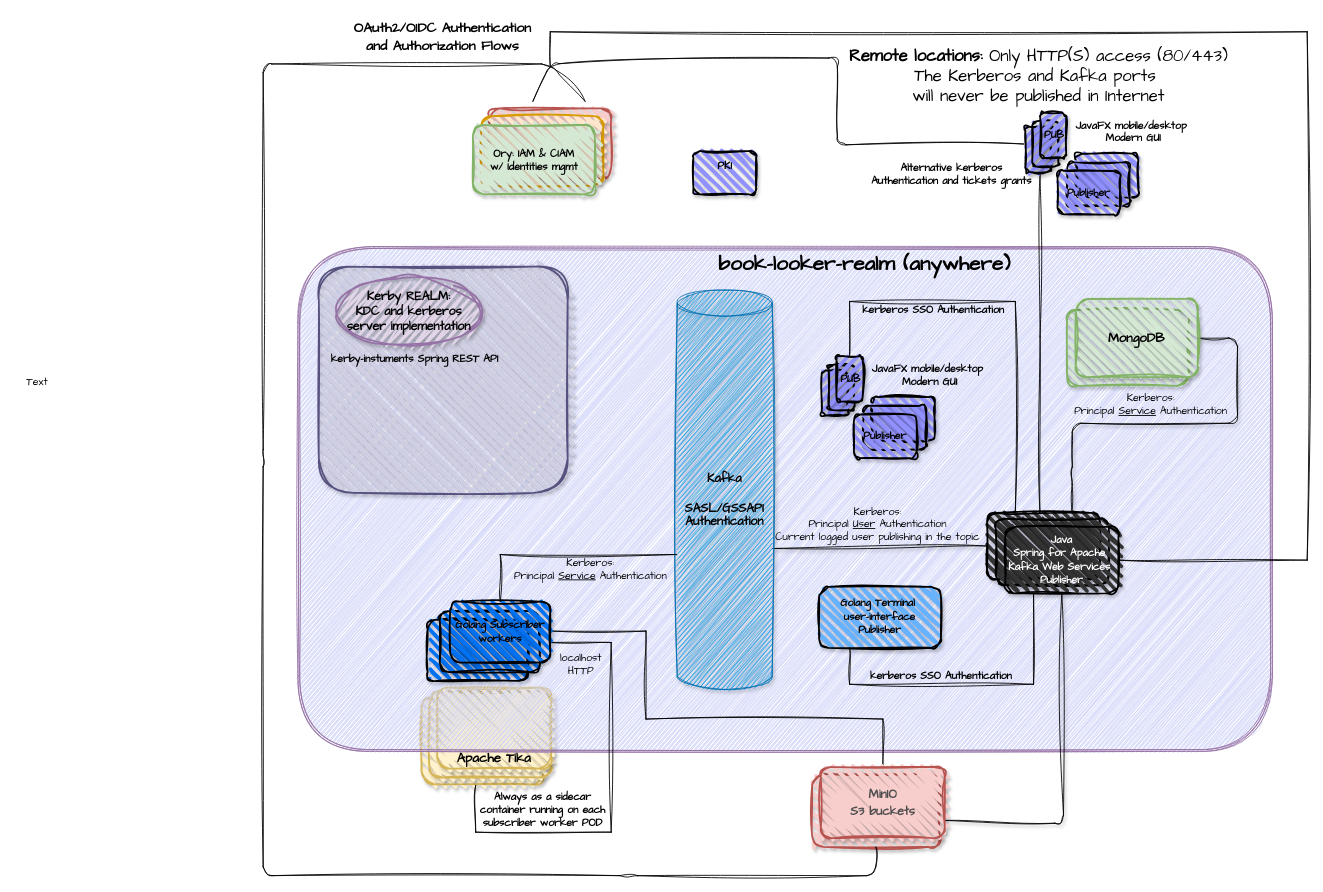
Earlier version of the draw.io diagram docs/book-looker-realm.drawio (mesbrj/book-looker-realm). Source tidied: cells renumbered, new cells numbered last; positions are measured from the earlier drawing's top-left corner, leaving out a move shared by most shapes. Both pictures are drawn from the tidied source at 87%, with x=0, y=0 at pixel (15, 15).
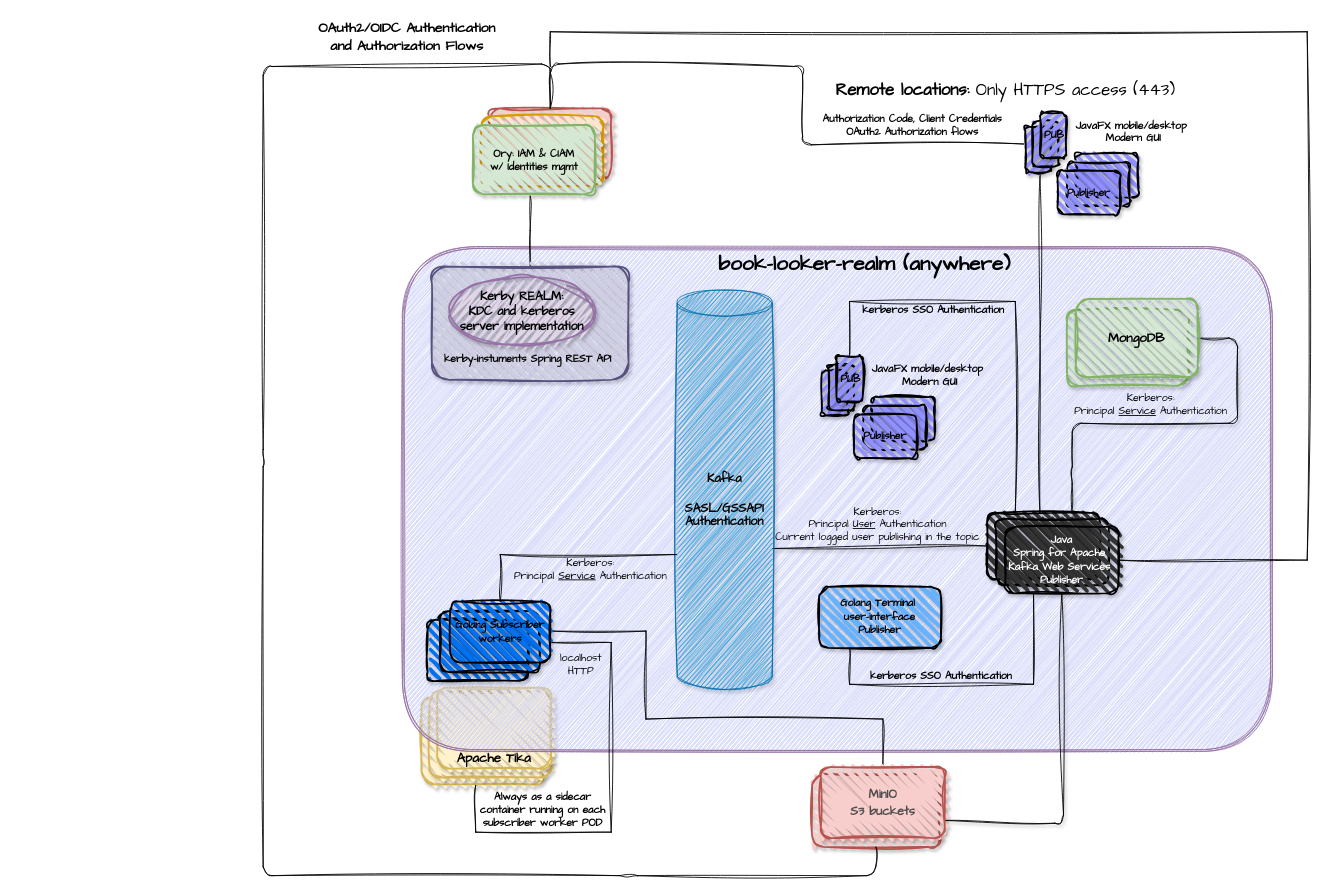
Above is the later version.

Unchanged cells that the change refers to:
```xml
<mxCell id="6" style="rounded=1;whiteSpace=wrap;html=1;strokeWidth=2;fillWeight=4;hachureGap=8;hachureAngle=45;fillColor=#f8cecc;strokeColor=#b85450;shadow=1;fillStyle=zigzag;sketch=1;curveFitting=1;jiggle=2;" parent="1" vertex="1">
  <mxGeometry x="545" y="107" width="140" height="80" as="geometry" />
</mxCell>
<mxCell id="12" style="rounded=1;whiteSpace=wrap;html=1;strokeWidth=2;fillWeight=4;hachureGap=8;hachureAngle=45;fillColor=#f8cecc;align=center;verticalAlign=middle;fontFamily=Comic Sans MS;fontSize=16;strokeColor=#b85450;fillStyle=zigzag;shadow=1;sketch=1;curveFitting=1;jiggle=2;" parent="1" vertex="1">
  <mxGeometry x="916" y="872" width="146.5" height="84" as="geometry" />
</mxCell>
<mxCell id="21" style="rounded=1;whiteSpace=wrap;html=1;strokeWidth=2;fillWeight=4;hachureGap=8;hachureAngle=45;fillColor=#d5e8d4;strokeColor=#82b366;glass=0;shadow=1;fillStyle=zigzag;sketch=1;curveFitting=1;jiggle=2;" parent="1" vertex="1">
  <mxGeometry x="526" y="126" width="140" height="80" as="geometry" />
</mxCell>
<mxCell id="58" style="rounded=1;whiteSpace=wrap;html=1;strokeWidth=2;fillWeight=4;hachureGap=8;hachureAngle=45;fillColor=light-dark(#9090FF,#198CC4);shadow=1;sketch=1;curveFitting=1;jiggle=2;fontStyle=1;verticalAlign=middle;align=center;rotation=90;" parent="1" vertex="1">
  <mxGeometry x="1150" y="139" width="52" height="30" as="geometry" />
</mxCell>
```

Change to the diagram source:
```diff
@@
     <mxCell id="5" style="shape=ext;double=1;rounded=1;whiteSpace=wrap;html=1;fillColor=light-dark(#CFD2F7,#EDEDED);sketch=1;curveFitting=1;jiggle=2;shadow=0;strokeColor=#9673a6;fillStyle=zigzag;" parent="1" vertex="1">
-      <mxGeometry x="325" y="266" width="1120" height="580" as="geometry" />
+      <mxGeometry x="445" y="266" width="1000" height="580" as="geometry" />
     </mxCell>
@@
+    <mxCell id="66" style="edgeStyle=orthogonalEdgeStyle;rounded=0;sketch=1;hachureGap=4;jiggle=2;curveFitting=1;jettySize=auto;html=1;entryX=0.5;entryY=0;entryDx=0;entryDy=0;fontFamily=Architects Daughter;endArrow=none;endFill=0;exitX=0.471;exitY=1.025;exitDx=0;exitDy=0;exitPerimeter=0;" parent="1" edge="1" source="21" target="40">
+      <mxGeometry relative="1" as="geometry" />
+    </mxCell>
@@
-    <mxCell id="24" style="edgeStyle=none;html=1;sketch=1;curveFitting=1;jiggle=2;endArrow=none;endFill=0;exitX=0.5;exitY=1;exitDx=0;exitDy=0;" parent="1" edge="1" source="12">
+    <mxCell id="24" style="edgeStyle=none;html=1;sketch=1;curveFitting=1;jiggle=2;endArrow=none;endFill=0;exitX=0.5;exitY=1;exitDx=0;exitDy=0;entryX=0.5;entryY=0;entryDx=0;entryDy=0;" parent="1" edge="1" source="12" target="6">
       <mxGeometry relative="1" as="geometry">
-        <mxPoint x="655" y="99" as="targetPoint" />
         <Array as="points">
           <mxPoint x="989" y="989" />
           <mxPoint x="705" y="989" />
           <mxPoint x="285" y="989" />
           <mxPoint x="285" y="509" />
-          <mxPoint x="285" y="56" />
+          <mxPoint x="285" y="59" />
           <mxPoint x="615" y="56" />
         </Array>
       </mxGeometry>
     </mxCell>
@@
-    <mxCell id="30" style="edgeStyle=none;html=1;sketch=1;curveFitting=1;jiggle=2;endArrow=none;endFill=0;exitX=0.385;exitY=1.067;exitDx=0;exitDy=0;exitPerimeter=0;" parent="1" edge="1" source="58">
+    <mxCell id="30" style="edgeStyle=none;html=1;sketch=1;curveFitting=1;jiggle=2;endArrow=none;endFill=0;exitX=0.385;exitY=1.067;exitDx=0;exitDy=0;exitPerimeter=0;entryX=0.5;entryY=0;entryDx=0;entryDy=0;" parent="1" edge="1" source="58" target="6">
       <mxGeometry relative="1" as="geometry">
-        <mxPoint x="595" y="99" as="targetPoint" />
         <Array as="points">
-          <mxPoint x="945" y="149" />
-          <mxPoint x="945" y="49" />
+          <mxPoint x="905" y="149" />
+          <mxPoint x="905" y="59" />
           <mxPoint x="615" y="56" />
         </Array>
       </mxGeometry>
     </mxCell>
@@
-    <mxCell id="32" value="Remote locations: &lt;span style=&quot;font-weight: normal;&quot;&gt;Only HTTP(S) access (80/443)&lt;/span&gt;&lt;div&gt;&lt;span style=&quot;font-weight: normal;&quot;&gt;The Kerberos and Kafka ports&amp;nbsp;&lt;/span&gt;&lt;/div&gt;&lt;div&gt;&lt;span style=&quot;font-weight: normal;&quot;&gt;will never be published in Internet&lt;/span&gt;&lt;/div&gt;" style="text;html=1;align=center;verticalAlign=middle;strokeColor=none;fillColor=none;fontFamily=Comic Sans MS;fontStyle=1;fontSize=19;" parent="1" vertex="1">
-      <mxGeometry x="946" y="31" width="460" height="80" as="geometry" />
+    <mxCell id="32" value="Remote locations: &lt;span style=&quot;font-weight: normal;&quot;&gt;Only HTTPS access (443)&lt;/span&gt;" style="text;html=1;align=center;verticalAlign=middle;strokeColor=none;fillColor=none;fontFamily=Comic Sans MS;fontStyle=1;fontSize=19;" parent="1" vertex="1">
+      <mxGeometry x="933" y="67" width="410" height="40" as="geometry" />
     </mxCell>
     <mxCell id="33" value="OAuth2/OIDC Authentication&lt;div&gt;and Authorization Flows&lt;/div&gt;" style="text;html=1;align=center;verticalAlign=middle;strokeColor=none;fillColor=none;fontFamily=Comic Sans MS;fontStyle=1;fontSize=16;" parent="1" vertex="1">
-      <mxGeometry x="366" width="250" height="50" as="geometry" />
+      <mxGeometry x="325" width="250" height="50" as="geometry" />
     </mxCell>
@@
     <mxCell id="40" style="rounded=1;whiteSpace=wrap;html=1;strokeWidth=2;fillWeight=4;hachureGap=8;hachureAngle=45;fillColor=#d0cee2;shadow=1;sketch=1;curveFitting=1;jiggle=2;fontStyle=1;strokeColor=#56517e;" parent="1" vertex="1">
-      <mxGeometry x="349" y="289" width="286" height="260" as="geometry" />
+      <mxGeometry x="479" y="289" width="226" height="130" as="geometry" />
     </mxCell>
     <mxCell id="41" value="&lt;span style=&quot;font-size: 14px;&quot;&gt;&lt;span&gt;Kerby REALM:&lt;/span&gt;&lt;/span&gt;&lt;div&gt;&lt;span style=&quot;font-size: 14px;&quot;&gt;KDC and kerberos server implementation&lt;/span&gt;&lt;/div&gt;" style="ellipse;whiteSpace=wrap;html=1;strokeWidth=2;fillWeight=2;hachureGap=8;fillColor=#e1d5e7;fillStyle=zigzag;fontFamily=Architects Daughter;strokeColor=#9673a6;shadow=1;sketch=1;curveFitting=1;jiggle=2;fontStyle=1;" parent="1" vertex="1">
-      <mxGeometry x="368.5" y="301" width="167" height="80" as="geometry" />
+      <mxGeometry x="498.5" y="301" width="167" height="80" as="geometry" />
     </mxCell>
     <mxCell id="42" value="kerby-instuments&amp;nbsp;&lt;span style=&quot;background-color: transparent; color: light-dark(rgb(0, 0, 0), rgb(255, 255, 255));&quot;&gt;Spring REST API&lt;/span&gt;" style="text;html=1;align=center;verticalAlign=middle;strokeColor=none;fillColor=none;fontFamily=Comic Sans MS;fontStyle=1;" parent="1" vertex="1">
-      <mxGeometry x="349" y="381" width="220" height="30" as="geometry" />
+      <mxGeometry x="479" y="381" width="220" height="30" as="geometry" />
     </mxCell>
@@
-    <mxCell id="53" value="Alternative kerberos&lt;div&gt;Authentication and tickets grants&lt;/div&gt;" style="text;html=1;align=center;verticalAlign=middle;strokeColor=none;fillColor=none;fontFamily=Architects Daughter;fontStyle=1;" parent="1" vertex="1">
-      <mxGeometry x="971" y="163" width="210" height="40" as="geometry" />
+    <mxCell id="53" value="Authorization Code,&amp;nbsp;Client Credentials&lt;div&gt;OAuth2 Authorization flows&lt;/div&gt;" style="text;html=1;align=center;verticalAlign=middle;strokeColor=none;fillColor=none;fontFamily=Architects Daughter;fontStyle=1;" parent="1" vertex="1">
+      <mxGeometry x="916" y="107" width="230" height="40" as="geometry" />
     </mxCell>
@@
-    <mxCell id="64" value="&lt;div&gt;&lt;span style=&quot;font-family: &amp;quot;Comic Sans MS&amp;quot;; text-wrap-mode: nowrap; background-color: transparent;&quot;&gt;PKI&lt;/span&gt;&lt;/div&gt;&lt;div&gt;&lt;span style=&quot;font-family: &amp;quot;Comic Sans MS&amp;quot;; text-wrap-mode: nowrap; background-color: transparent;&quot;&gt;&lt;br&gt;&lt;/span&gt;&lt;/div&gt;" style="rounded=1;whiteSpace=wrap;html=1;strokeWidth=2;fillWeight=4;hachureGap=8;hachureAngle=45;fillColor=light-dark(#9090FF,#198CC4);shadow=1;sketch=1;curveFitting=1;jiggle=2;fontStyle=1;verticalAlign=middle;align=center;" parent="1" vertex="1">
-      <mxGeometry x="779.5" y="156" width="72" height="50" as="geometry" />
-    </mxCell>
-    <mxCell id="65" value="Text" style="text;html=1;align=center;verticalAlign=middle;strokeColor=none;fillColor=none;fontFamily=Architects Daughter;" parent="1" vertex="1">
-      <mxGeometry y="407" width="50" height="30" as="geometry" />
-    </mxCell>
```
